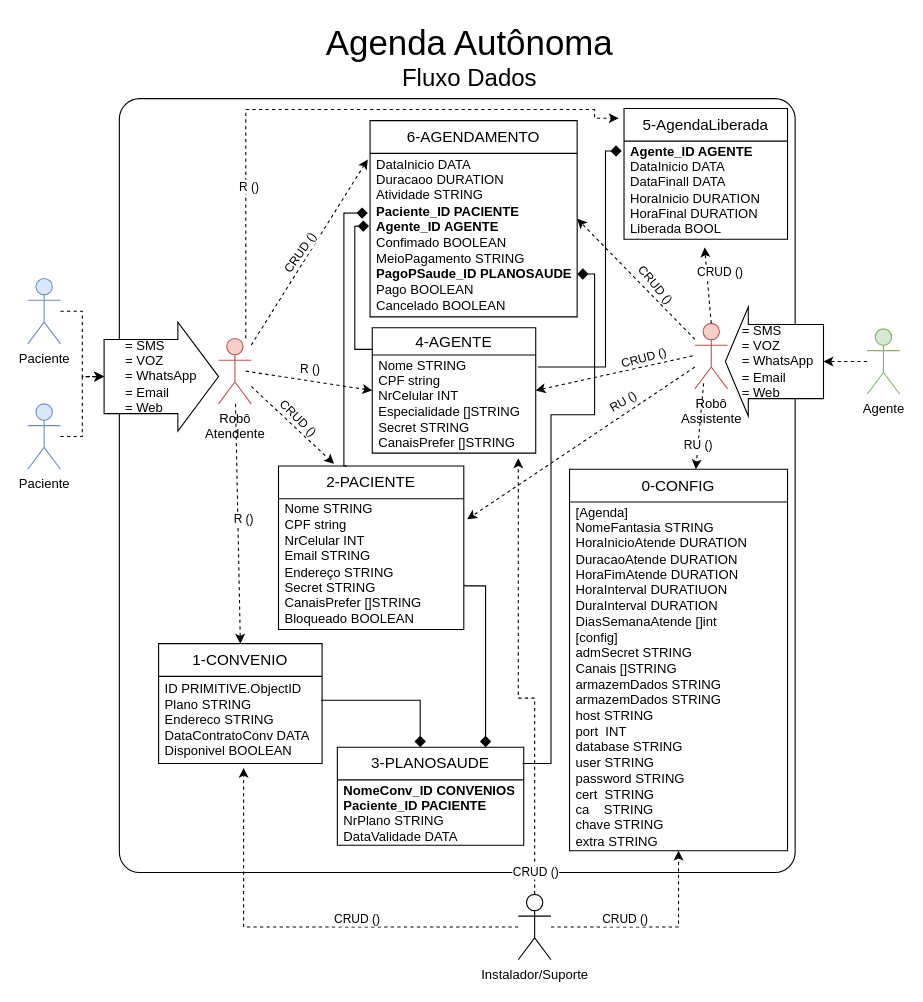
The draw.io diagram page "Página-1" (1 of 2) of Agenda.drawio in gunboe/Agenda, before the edit. Source tidied: cells renumbered, new cells numbered last; positions are measured from the earlier drawing's top-left corner, leaving out a move shared by most shapes. Both pictures are drawn from the tidied source at 109%, with x=0, y=0 at pixel (27, 24).
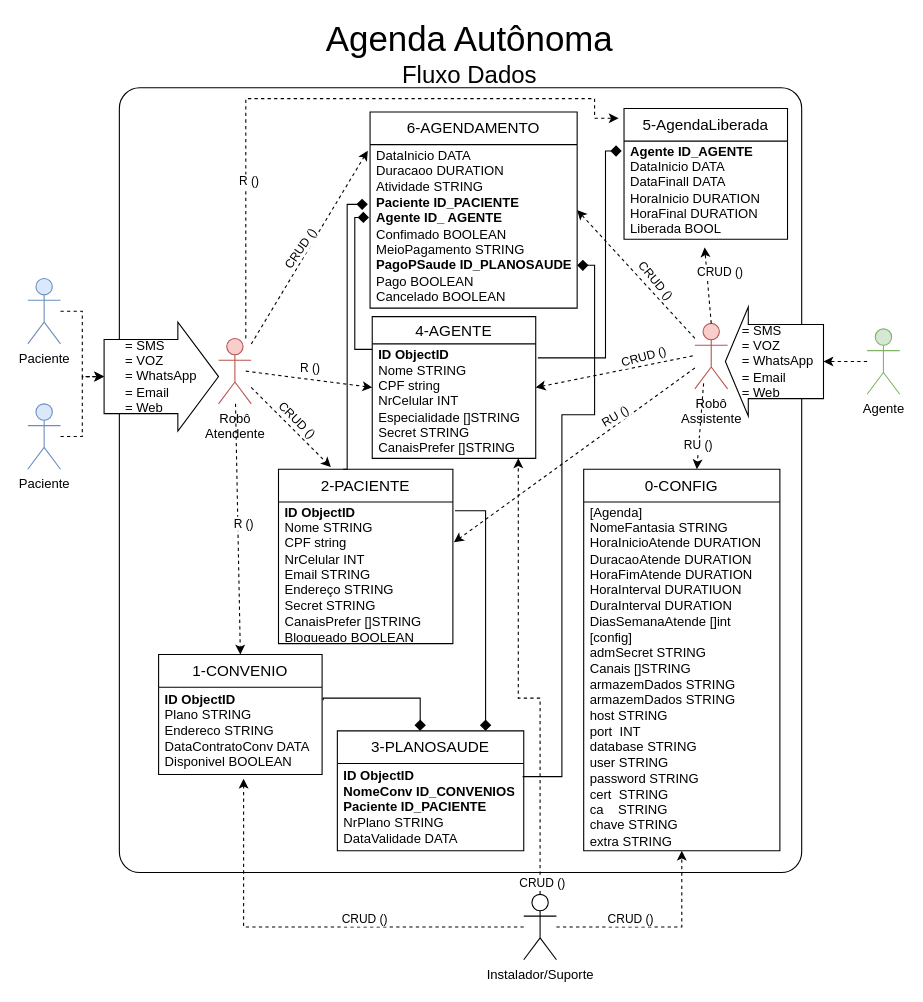
The same diagram, later.

Commit message:
Ajuste dos Campos ID da Agenda.drawio

The change refers to these unchanged cells:
```xml
<mxCell id="19" value="Robô&lt;br&gt;Atendente" style="shape=umlActor;verticalLabelPosition=bottom;verticalAlign=top;html=1;outlineConnect=0;fillColor=#f8cecc;strokeColor=#b85450;" parent="1" vertex="1">
  <mxGeometry x="175" y="288" width="30" height="60" as="geometry" />
</mxCell>
<mxCell id="23" value="Robô&lt;br&gt;Assistente" style="shape=umlActor;verticalLabelPosition=bottom;verticalAlign=top;html=1;outlineConnect=0;fillColor=#f8cecc;strokeColor=#b85450;" parent="1" vertex="1">
  <mxGeometry x="612" y="274.2" width="30" height="60" as="geometry" />
</mxCell>
<mxCell id="45" value="&lt;font style=&quot;font-size: 14px;&quot;&gt;5-AgendaLiberada&lt;/font&gt;" style="swimlane;fontStyle=0;horizontal=1;startSize=30;whiteSpace=wrap;html=1;" parent="1" vertex="1">
  <mxGeometry x="547" y="77" width="150" height="120" as="geometry" />
</mxCell>
```

What changed in the source:
```diff
@@
     <mxCell id="2" style="rounded=1;whiteSpace=wrap;html=1;arcSize=3;" parent="1" vertex="1">
-      <mxGeometry x="84" y="68" width="620" height="710" as="geometry" />
+      <mxGeometry x="84" y="58" width="626" height="720" as="geometry" />
     </mxCell>
@@
     <mxCell id="8" value="&lt;font style=&quot;font-size: 14px;&quot;&gt;6-AGENDAMENTO&lt;/font&gt;" style="swimlane;fontStyle=0;horizontal=1;startSize=30;whiteSpace=wrap;html=1;" parent="1" vertex="1">
-      <mxGeometry x="314" y="88.2" width="190" height="180" as="geometry" />
+      <mxGeometry x="314" y="80.2" width="190" height="180" as="geometry" />
     </mxCell>
-    <mxCell id="9" value="DataInicio DATA&lt;br style=&quot;border-color: var(--border-color); text-align: center;&quot;&gt;&lt;span style=&quot;text-align: center;&quot;&gt;Duracaoo DURATION&lt;/span&gt;&lt;br style=&quot;border-color: var(--border-color); text-align: center;&quot;&gt;&lt;span style=&quot;text-align: center;&quot;&gt;Atividade STRING&lt;/span&gt;&lt;br style=&quot;border-color: var(--border-color); text-align: center;&quot;&gt;&lt;b&gt;Paciente_ID PACIENTE&lt;/b&gt;&lt;br style=&quot;border-color: var(--border-color);&quot;&gt;&lt;span style=&quot;text-align: center;&quot;&gt;&lt;b&gt;Agente_ID AGENTE&lt;/b&gt;&lt;/span&gt;&lt;br style=&quot;border-color: var(--border-color); text-align: center;&quot;&gt;&lt;span style=&quot;text-align: center;&quot;&gt;Confimado BOOLEAN&lt;/span&gt;&lt;span style=&quot;text-align: center;&quot;&gt;&lt;br&gt;MeioPagamento STRING&lt;br&gt;&lt;b&gt;PagoPSaude_ID PLANOSAUDE&lt;/b&gt;&lt;br&gt;Pago BOOLEAN&lt;br&gt;Cancelado BOOLEAN&lt;br&gt;&lt;/span&gt;" style="text;strokeColor=none;fillColor=none;align=left;verticalAlign=middle;spacingLeft=4;spacingRight=4;overflow=hidden;points=[[0,0.5],[1,0.5]];portConstraint=eastwest;whiteSpace=wrap;html=1;" parent="8" vertex="1">
+    <mxCell id="9" value="DataInicio DATA&lt;br style=&quot;border-color: var(--border-color); text-align: center;&quot;&gt;&lt;span style=&quot;text-align: center;&quot;&gt;Duracaoo DURATION&lt;/span&gt;&lt;br style=&quot;border-color: var(--border-color); text-align: center;&quot;&gt;&lt;span style=&quot;text-align: center;&quot;&gt;Atividade STRING&lt;/span&gt;&lt;br style=&quot;border-color: var(--border-color); text-align: center;&quot;&gt;&lt;b&gt;Paciente ID_PACIENTE&lt;/b&gt;&lt;br style=&quot;border-color: var(--border-color);&quot;&gt;&lt;span style=&quot;text-align: center;&quot;&gt;&lt;b&gt;Agente ID_ AGENTE&lt;/b&gt;&lt;/span&gt;&lt;br style=&quot;border-color: var(--border-color); text-align: center;&quot;&gt;&lt;span style=&quot;text-align: center;&quot;&gt;Confimado BOOLEAN&lt;/span&gt;&lt;span style=&quot;text-align: center;&quot;&gt;&lt;br&gt;MeioPagamento STRING&lt;br&gt;&lt;b&gt;PagoPSaude ID_PLANOSAUDE&lt;/b&gt;&lt;br&gt;Pago BOOLEAN&lt;br&gt;Cancelado BOOLEAN&lt;br&gt;&lt;/span&gt;" style="text;strokeColor=none;fillColor=none;align=left;verticalAlign=middle;spacingLeft=4;spacingRight=4;overflow=hidden;points=[[0,0.5],[1,0.5]];portConstraint=eastwest;whiteSpace=wrap;html=1;" parent="8" vertex="1">
       <mxGeometry y="30" width="190" height="150" as="geometry" />
     </mxCell>
@@
     <mxCell id="12" value="&lt;font style=&quot;font-size: 14px;&quot;&gt;2-PACIENTE&lt;/font&gt;" style="swimlane;fontStyle=0;horizontal=1;startSize=30;whiteSpace=wrap;html=1;" parent="1" vertex="1">
-      <mxGeometry x="230" y="405" width="170" height="150" as="geometry" />
+      <mxGeometry x="230" y="408" width="160" height="160" as="geometry" />
     </mxCell>
-    <mxCell id="13" value="Nome STRING&lt;br&gt;CPF string&lt;br&gt;NrCelular INT&lt;br&gt;Email STRING&lt;br&gt;Endereço STRING&lt;br&gt;Secret STRING&lt;br&gt;CanaisPrefer []STRING&lt;br&gt;Bloqueado BOOLEAN" style="text;strokeColor=none;fillColor=none;align=left;verticalAlign=middle;spacingLeft=4;spacingRight=4;overflow=hidden;points=[[0,0.5],[1,0.5]];portConstraint=eastwest;whiteSpace=wrap;html=1;" parent="12" vertex="1">
-      <mxGeometry y="30" width="170" height="120" as="geometry" />
+    <mxCell id="13" value="&lt;b style=&quot;border-color: var(--border-color);&quot;&gt;ID ObjectID&lt;br style=&quot;border-color: var(--border-color);&quot;&gt;&lt;/b&gt;Nome STRING&lt;br&gt;CPF string&lt;br&gt;NrCelular INT&lt;br&gt;Email STRING&lt;br&gt;Endereço STRING&lt;br&gt;Secret STRING&lt;br&gt;CanaisPrefer []STRING&lt;br&gt;Bloqueado BOOLEAN" style="text;strokeColor=none;fillColor=none;align=left;verticalAlign=middle;spacingLeft=4;spacingRight=4;overflow=hidden;points=[[0,0.5],[1,0.5]];portConstraint=eastwest;whiteSpace=wrap;html=1;" parent="12" vertex="1">
+      <mxGeometry y="30" width="160" height="130" as="geometry" />
     </mxCell>
@@
     <mxCell id="18" value="Instalador/Suporte" style="shape=umlActor;verticalLabelPosition=bottom;verticalAlign=top;html=1;outlineConnect=0;" parent="1" vertex="1">
-      <mxGeometry x="450" y="798" width="30" height="60" as="geometry" />
+      <mxGeometry x="455" y="798" width="30" height="60" as="geometry" />
     </mxCell>
@@
     <mxCell id="21" value="&lt;font style=&quot;font-size: 14px;&quot;&gt;4-AGENTE&lt;/font&gt;" style="swimlane;fontStyle=0;horizontal=1;startSize=25;whiteSpace=wrap;html=1;" parent="1" vertex="1">
-      <mxGeometry x="316" y="278.2" width="150" height="115" as="geometry" />
+      <mxGeometry x="316" y="268" width="150" height="130" as="geometry" />
     </mxCell>
-    <mxCell id="22" value="Nome STRING&lt;br&gt;CPF string&lt;br&gt;NrCelular INT&lt;br&gt;Especialidade []STRING&lt;br&gt;Secret STRING&lt;br&gt;CanaisPrefer []STRING" style="text;strokeColor=none;fillColor=none;align=left;verticalAlign=middle;spacingLeft=4;spacingRight=4;overflow=hidden;points=[[0,0.5],[1,0.5]];portConstraint=eastwest;whiteSpace=wrap;html=1;" parent="21" vertex="1">
-      <mxGeometry y="25" width="150" height="90" as="geometry" />
+    <mxCell id="22" value="&lt;b style=&quot;border-color: var(--border-color);&quot;&gt;ID ObjectID&lt;br style=&quot;border-color: var(--border-color);&quot;&gt;&lt;/b&gt;Nome STRING&lt;br&gt;CPF string&lt;br&gt;NrCelular INT&lt;br&gt;Especialidade []STRING&lt;br&gt;Secret STRING&lt;br&gt;CanaisPrefer []STRING" style="text;strokeColor=none;fillColor=none;align=left;verticalAlign=middle;spacingLeft=4;spacingRight=4;overflow=hidden;points=[[0,0.5],[1,0.5]];portConstraint=eastwest;whiteSpace=wrap;html=1;" parent="21" vertex="1">
+      <mxGeometry y="25" width="150" height="105" as="geometry" />
     </mxCell>
@@
-    <mxCell id="27" style="endArrow=classic;html=1;rounded=0;dashed=1;entryX=1.018;entryY=0.158;entryDx=0;entryDy=0;entryPerimeter=0;" parent="1" edge="1" source="23" target="13">
+    <mxCell id="27" style="endArrow=classic;html=1;rounded=0;dashed=1;entryX=1.006;entryY=0.285;entryDx=0;entryDy=0;entryPerimeter=0;" parent="1" edge="1" source="23" target="13">
       <mxGeometry relative="1" as="geometry" />
     </mxCell>
@@
     <mxCell id="33" value="&lt;font style=&quot;font-size: 14px;&quot;&gt;0-CONFIG&lt;/font&gt;" style="swimlane;fontStyle=0;horizontal=1;startSize=30;whiteSpace=wrap;html=1;" parent="1" vertex="1">
-      <mxGeometry x="497" y="408" width="200" height="350" as="geometry" />
+      <mxGeometry x="510" y="408" width="180" height="350" as="geometry" />
     </mxCell>
     <mxCell id="34" value="[Agenda]&lt;br&gt;NomeFantasia STRING&lt;br&gt;HoraInicioAtende DURATION&lt;br&gt;DuracaoAtende DURATION&lt;br&gt;HoraFimAtende DURATION&lt;br&gt;HoraInterval DURATIUON&lt;br&gt;DuraInterval DURATION&lt;br&gt;DiasSemanaAtende []int&lt;br&gt;[config]&lt;br&gt;admSecret STRING&lt;br&gt;Canais []STRING&lt;br&gt;armazemDados STRING&lt;br&gt;&lt;div&gt;armazemDados STRING&lt;/div&gt;&lt;div&gt;host STRING&lt;/div&gt;&lt;div&gt;port&amp;nbsp; INT&lt;/div&gt;&lt;div&gt;database STRING&lt;/div&gt;&lt;div&gt;user STRING&lt;/div&gt;&lt;div&gt;password STRING&lt;/div&gt;&lt;div&gt;cert&amp;nbsp; STRING&lt;/div&gt;&lt;div&gt;ca&amp;nbsp; &amp;nbsp; STRING&lt;/div&gt;&lt;div&gt;chave STRING&lt;/div&gt;&lt;div&gt;extra STRING&lt;/div&gt;" style="text;strokeColor=none;fillColor=none;align=left;verticalAlign=middle;spacingLeft=4;spacingRight=4;overflow=hidden;whiteSpace=wrap;html=1;" parent="33" vertex="1">
-      <mxGeometry y="30" width="200" height="320" as="geometry" />
+      <mxGeometry y="30" width="180" height="320" as="geometry" />
     </mxCell>
@@
     <mxCell id="36" value="&lt;font style=&quot;font-size: 14px;&quot;&gt;3-PLANOSAUDE&lt;/font&gt;" style="swimlane;fontStyle=0;horizontal=1;startSize=30;whiteSpace=wrap;html=1;" parent="1" vertex="1">
-      <mxGeometry x="284" y="663" width="171" height="90" as="geometry" />
+      <mxGeometry x="284" y="648" width="171" height="110" as="geometry" />
     </mxCell>
-    <mxCell id="37" value="&lt;b&gt;NomeConv_ID CONVENIOS&lt;br&gt;Paciente_ID PACIENTE&lt;/b&gt;&lt;br&gt;NrPlano STRING&lt;br&gt;DataValidade DATA" style="text;strokeColor=none;fillColor=none;align=left;verticalAlign=middle;spacingLeft=4;spacingRight=4;overflow=hidden;points=[[0,0.5],[1,0.5]];portConstraint=eastwest;whiteSpace=wrap;html=1;" parent="36" vertex="1">
-      <mxGeometry y="30" width="171" height="60" as="geometry" />
+    <mxCell id="37" value="&lt;b style=&quot;border-color: var(--border-color);&quot;&gt;ID ObjectID&lt;br style=&quot;border-color: var(--border-color);&quot;&gt;&lt;/b&gt;&lt;b&gt;NomeConv ID_CONVENIOS&lt;br&gt;Paciente ID_PACIENTE&lt;/b&gt;&lt;br&gt;NrPlano STRING&lt;br&gt;DataValidade DATA" style="text;strokeColor=none;fillColor=none;align=left;verticalAlign=middle;spacingLeft=4;spacingRight=4;overflow=hidden;points=[[0,0.5],[1,0.5]];portConstraint=eastwest;whiteSpace=wrap;html=1;" parent="36" vertex="1">
+      <mxGeometry y="30" width="171" height="80" as="geometry" />
     </mxCell>
     <mxCell id="38" style="edgeStyle=orthogonalEdgeStyle;rounded=0;jettySize=auto;html=1;endArrow=none;endFill=0;endSize=8;startArrow=diamond;startFill=1;startSize=8;exitX=-0.005;exitY=0.445;exitDx=0;exitDy=0;exitPerimeter=0;" parent="1" edge="1" source="9" target="21">
       <mxGeometry relative="1" as="geometry">
         <Array as="points">
-          <mxPoint x="300" y="185" />
+          <mxPoint x="300" y="177" />
           <mxPoint x="300" y="298" />
         </Array>
       </mxGeometry>
     </mxCell>
     <mxCell id="39" style="edgeStyle=orthogonalEdgeStyle;rounded=0;jettySize=auto;html=1;dashed=1;exitX=0.5;exitY=0;exitDx=0;exitDy=0;exitPerimeter=0;" parent="1" edge="1" source="18">
       <mxGeometry relative="1" as="geometry">
         <mxPoint x="450" y="398" as="targetPoint" />
         <Array as="points">
-          <mxPoint x="465" y="618" />
+          <mxPoint x="470" y="798" />
+          <mxPoint x="470" y="618" />
           <mxPoint x="450" y="618" />
         </Array>
       </mxGeometry>
     </mxCell>
     <mxCell id="40" value="CRUD ()" style="edgeLabel;html=1;align=center;verticalAlign=middle;" parent="39" vertex="1">
       <mxGeometry x="-0.81" y="-2" relative="1" as="geometry">
-        <mxPoint x="-2" y="18" as="offset" />
+        <mxPoint x="-1" y="29" as="offset" />
       </mxGeometry>
     </mxCell>
     <mxCell id="41" value="&lt;font style=&quot;&quot;&gt;&lt;span style=&quot;font-size: 32px;&quot;&gt;Agenda Autônoma&lt;/span&gt;&lt;br&gt;&lt;font style=&quot;font-size: 22px;&quot;&gt;Fluxo Dados&lt;/font&gt;&lt;br&gt;&lt;/font&gt;" style="text;html=1;strokeColor=none;fillColor=none;align=center;verticalAlign=middle;whiteSpace=wrap;rounded=0;" parent="1" vertex="1">
-      <mxGeometry x="257.5" width="295" height="60" as="geometry" />
+      <mxGeometry x="257.5" y="-3" width="295" height="60" as="geometry" />
     </mxCell>
     <mxCell id="42" style="edgeStyle=orthogonalEdgeStyle;rounded=0;jettySize=auto;html=1;endArrow=none;endFill=0;endSize=8;startSize=8;startArrow=diamond;startFill=1;entryX=0.371;entryY=0;entryDx=0;entryDy=0;entryPerimeter=0;exitX=-0.011;exitY=0.365;exitDx=0;exitDy=0;exitPerimeter=0;" parent="1" edge="1" source="9" target="12">
       <mxGeometry relative="1" as="geometry">
         <Array as="points">
-          <mxPoint x="290" y="173" />
-          <mxPoint x="290" y="405" />
+          <mxPoint x="293" y="165" />
         </Array>
       </mxGeometry>
     </mxCell>
@@
-    <mxCell id="46" value="&lt;b&gt;Agente_ID AGENTE&lt;br&gt;&lt;/b&gt;DataInicio DATA&lt;br&gt;DataFinall DATA&lt;br&gt;HoraInicio DURATION&lt;br&gt;HoraFinal DURATION&lt;br&gt;Liberada BOOL" style="text;strokeColor=none;fillColor=none;align=left;verticalAlign=middle;spacingLeft=4;spacingRight=4;overflow=hidden;points=[[0,0.5],[1,0.5]];portConstraint=eastwest;whiteSpace=wrap;html=1;" parent="45" vertex="1">
+    <mxCell id="46" value="&lt;b&gt;Agente ID_AGENTE&lt;br&gt;&lt;/b&gt;DataInicio DATA&lt;br&gt;DataFinall DATA&lt;br&gt;HoraInicio DURATION&lt;br&gt;HoraFinal DURATION&lt;br&gt;Liberada BOOL" style="text;strokeColor=none;fillColor=none;align=left;verticalAlign=middle;spacingLeft=4;spacingRight=4;overflow=hidden;points=[[0,0.5],[1,0.5]];portConstraint=eastwest;whiteSpace=wrap;html=1;" parent="45" vertex="1">
       <mxGeometry y="30" width="150" height="90" as="geometry" />
     </mxCell>
@@
     <mxCell id="49" style="edgeStyle=orthogonalEdgeStyle;rounded=0;jettySize=auto;html=1;dashed=1;entryX=-0.033;entryY=0.075;entryDx=0;entryDy=0;entryPerimeter=0;" parent="1" edge="1" source="19" target="45">
       <mxGeometry relative="1" as="geometry">
         <Array as="points">
-          <mxPoint x="200" y="78" />
-          <mxPoint x="520" y="78" />
+          <mxPoint x="200" y="68" />
+          <mxPoint x="520" y="68" />
           <mxPoint x="520" y="86" />
         </Array>
       </mxGeometry>
     </mxCell>
@@
     <mxCell id="55" value="&lt;font style=&quot;font-size: 14px;&quot;&gt;1-CONVENIO&lt;/font&gt;" style="swimlane;fontStyle=0;horizontal=1;startSize=30;whiteSpace=wrap;html=1;" parent="1" vertex="1">
-      <mxGeometry x="120" y="568" width="150" height="110" as="geometry" />
+      <mxGeometry x="120" y="578" width="150" height="110" as="geometry" />
     </mxCell>
-    <mxCell id="56" value="ID PRIMITIVE.ObjectID&lt;br&gt;Plano STRING&lt;br&gt;Endereco STRING&lt;br&gt;DataContratoConv DATA&lt;br&gt;Disponivel BOOLEAN" style="text;strokeColor=none;fillColor=none;align=left;verticalAlign=middle;spacingLeft=4;spacingRight=4;overflow=hidden;points=[[0,0.5],[1,0.5]];portConstraint=eastwest;whiteSpace=wrap;html=1;" parent="55" vertex="1">
+    <mxCell id="56" value="&lt;b&gt;ID ObjectID&lt;br&gt;&lt;/b&gt;Plano STRING&lt;br&gt;Endereco STRING&lt;br&gt;DataContratoConv DATA&lt;br&gt;Disponivel BOOLEAN" style="text;strokeColor=none;fillColor=none;align=left;verticalAlign=middle;spacingLeft=4;spacingRight=4;overflow=hidden;points=[[0,0.5],[1,0.5]];portConstraint=eastwest;whiteSpace=wrap;html=1;" parent="55" vertex="1">
       <mxGeometry y="30" width="150" height="80" as="geometry" />
     </mxCell>
-    <mxCell id="57" style="edgeStyle=orthogonalEdgeStyle;rounded=0;jettySize=auto;html=1;exitX=1.006;exitY=0.658;exitDx=0;exitDy=0;exitPerimeter=0;endArrow=diamond;endFill=1;endSize=8;startArrow=none;startFill=0;startSize=8;" parent="1" edge="1" source="13" target="36">
+    <mxCell id="57" style="edgeStyle=orthogonalEdgeStyle;rounded=0;jettySize=auto;html=1;exitX=1.012;exitY=0.062;exitDx=0;exitDy=0;exitPerimeter=0;endArrow=diamond;endFill=1;endSize=8;startArrow=none;startFill=0;startSize=8;" parent="1" edge="1" source="13" target="36">
       <mxGeometry relative="1" as="geometry">
         <Array as="points">
-          <mxPoint x="420" y="515" />
+          <mxPoint x="420" y="446" />
         </Array>
       </mxGeometry>
     </mxCell>
-    <mxCell id="58" style="edgeStyle=orthogonalEdgeStyle;rounded=0;jettySize=auto;html=1;entryX=0.993;entryY=0.275;entryDx=0;entryDy=0;entryPerimeter=0;endArrow=none;endFill=0;endSize=8;startArrow=diamond;startFill=1;startSize=8;" parent="1" edge="1" source="36" target="56">
+    <mxCell id="58" style="edgeStyle=orthogonalEdgeStyle;rounded=0;jettySize=auto;html=1;entryX=1.007;entryY=0.15;entryDx=0;entryDy=0;entryPerimeter=0;endArrow=none;endFill=0;endSize=8;startArrow=diamond;startFill=1;startSize=8;" parent="1" edge="1" source="36" target="56">
       <mxGeometry relative="1" as="geometry">
         <Array as="points">
-          <mxPoint x="360" y="620" />
+          <mxPoint x="360" y="618" />
+          <mxPoint x="271" y="618" />
         </Array>
       </mxGeometry>
     </mxCell>
     <mxCell id="59" style="edgeStyle=orthogonalEdgeStyle;rounded=0;jettySize=auto;html=1;entryX=1.013;entryY=0.122;entryDx=0;entryDy=0;entryPerimeter=0;endArrow=none;endFill=0;strokeWidth=1;endSize=8;exitX=-0.014;exitY=0.1;exitDx=0;exitDy=0;exitPerimeter=0;startArrow=diamond;startFill=1;targetPerimeterSpacing=0;sourcePerimeterSpacing=0;startSize=8;" parent="1" edge="1" source="46" target="22">
       <mxGeometry relative="1" as="geometry">
         <Array as="points">
           <mxPoint x="530" y="116" />
-          <mxPoint x="530" y="314" />
+          <mxPoint x="530" y="306" />
         </Array>
       </mxGeometry>
     </mxCell>
-    <mxCell id="60" style="edgeStyle=orthogonalEdgeStyle;rounded=0;jettySize=auto;html=1;entryX=1;entryY=0.738;entryDx=0;entryDy=0;entryPerimeter=0;endSize=8;startSize=8;endArrow=diamond;endFill=1;exitX=0.993;exitY=0.167;exitDx=0;exitDy=0;exitPerimeter=0;" parent="1" edge="1" source="36" target="9">
+    <mxCell id="60" style="edgeStyle=orthogonalEdgeStyle;rounded=0;jettySize=auto;html=1;entryX=1;entryY=0.738;entryDx=0;entryDy=0;entryPerimeter=0;endSize=8;startSize=8;endArrow=diamond;endFill=1;exitX=0.994;exitY=0.15;exitDx=0;exitDy=0;exitPerimeter=0;" parent="1" edge="1" source="37" target="9">
       <mxGeometry relative="1" as="geometry">
         <Array as="points">
-          <mxPoint x="480" y="678" />
-          <mxPoint x="480" y="358" />
+          <mxPoint x="490" y="690" />
+          <mxPoint x="490" y="358" />
           <mxPoint x="520" y="358" />
-          <mxPoint x="520" y="229" />
+          <mxPoint x="520" y="221" />
         </Array>
       </mxGeometry>
     </mxCell>
```
